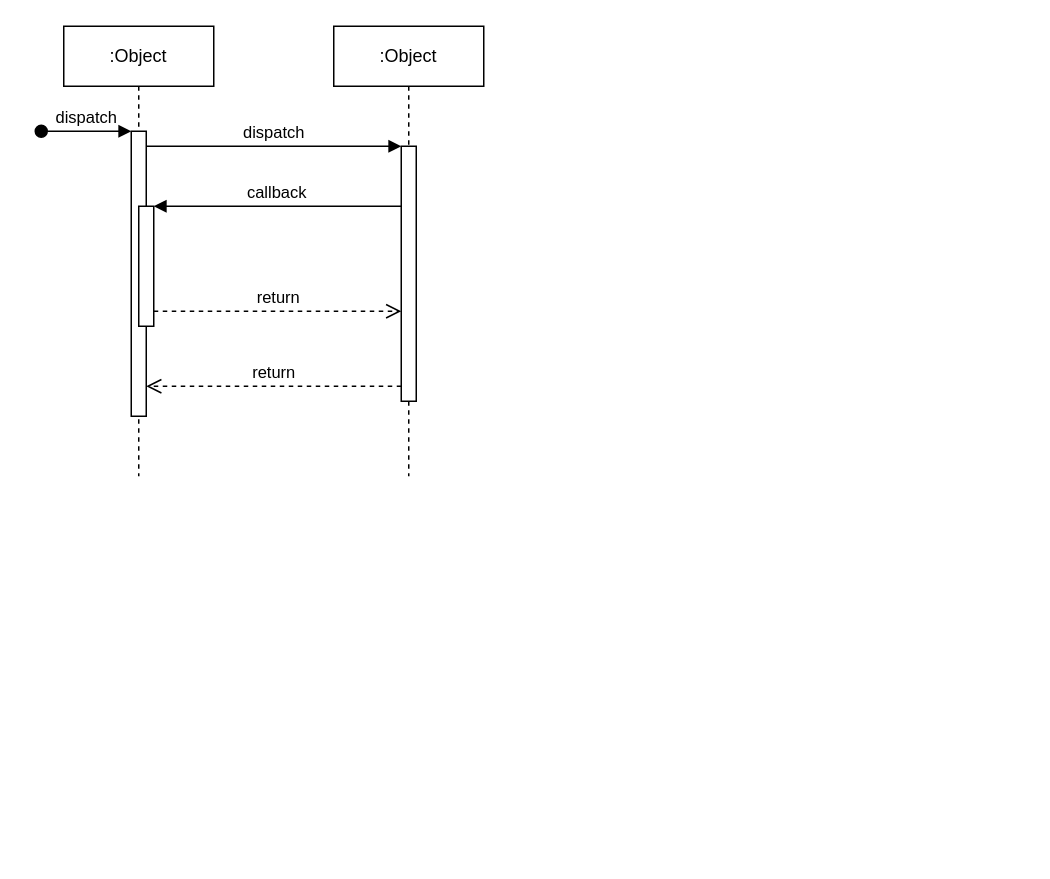
This is Assets/LoginSequence.drawio from uvic-teach/project-m1-team9, a draw.io file, before an edit. Source tidied: cells renumbered, new cells numbered last; positions are measured from the earlier drawing's top-left corner, leaving out a move shared by most shapes. Both pictures are drawn from the tidied source at 150%, with x=0, y=0 at pixel (40, 26).
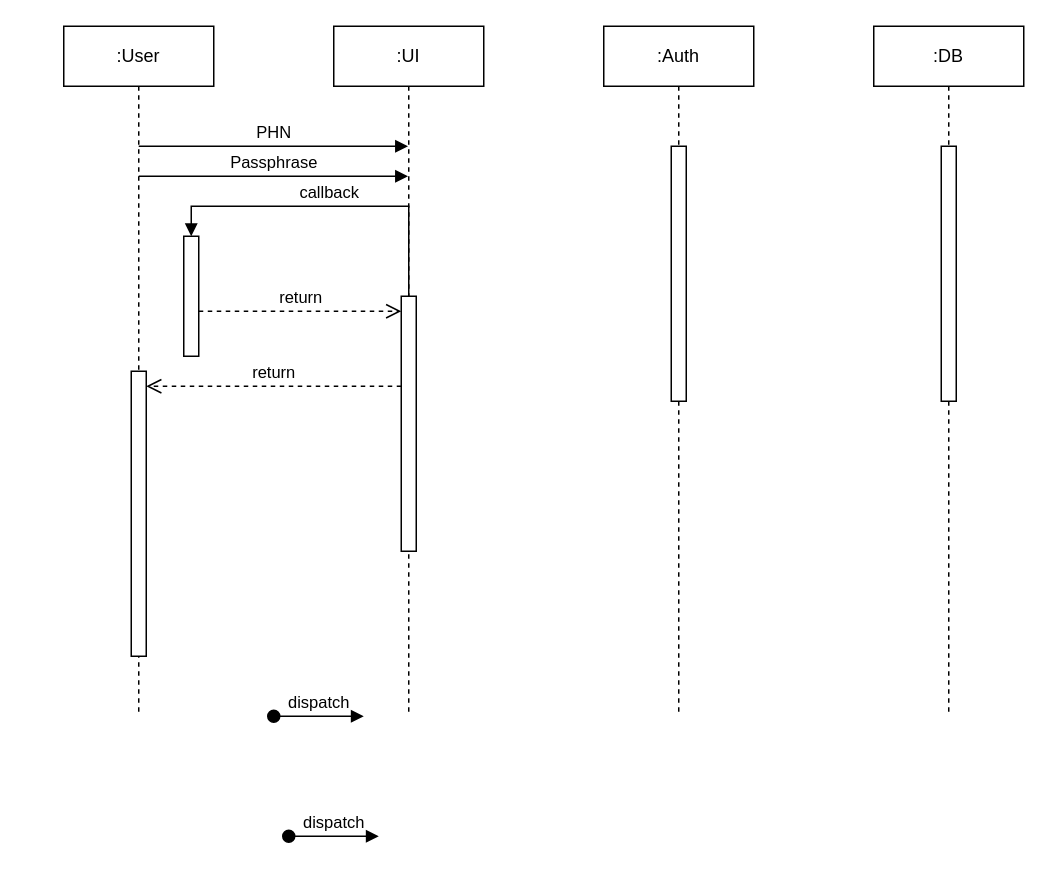
After the change.

The edit, as a diff of the source:
```diff
@@
-    <mxCell id="2" value=":Object" style="shape=umlLifeline;perimeter=lifelinePerimeter;whiteSpace=wrap;html=1;newEdgeStyle={&quot;edgeStyle&quot;:&quot;elbowEdgeStyle&quot;,&quot;elbow&quot;:&quot;vertical&quot;,&quot;curved&quot;:0,&quot;rounded&quot;:0};" parent="1" vertex="1">
-      <mxGeometry x="15" width="100" height="300" as="geometry" />
+    <mxCell id="2" value="&lt;div&gt;:User&lt;/div&gt;" style="shape=umlLifeline;perimeter=lifelinePerimeter;whiteSpace=wrap;html=1;newEdgeStyle={&quot;edgeStyle&quot;:&quot;elbowEdgeStyle&quot;,&quot;elbow&quot;:&quot;vertical&quot;,&quot;curved&quot;:0,&quot;rounded&quot;:0};" parent="1" vertex="1">
+      <mxGeometry x="15" width="100" height="460" as="geometry" />
     </mxCell>
     <mxCell id="3" style="html=1;points=[];perimeter=orthogonalPerimeter;outlineConnect=0;targetShapes=umlLifeline;portConstraint=eastwest;newEdgeStyle={&quot;edgeStyle&quot;:&quot;elbowEdgeStyle&quot;,&quot;elbow&quot;:&quot;vertical&quot;,&quot;curved&quot;:0,&quot;rounded&quot;:0};" parent="2" vertex="1">
-      <mxGeometry x="45" y="70" width="10" height="190" as="geometry" />
+      <mxGeometry x="45" y="230" width="10" height="190" as="geometry" />
     </mxCell>
-    <mxCell id="4" value="dispatch" style="html=1;verticalAlign=bottom;startArrow=oval;endArrow=block;startSize=8;edgeStyle=elbowEdgeStyle;elbow=vertical;curved=0;rounded=0;" parent="2" edge="1" target="3">
-      <mxGeometry relative="1" as="geometry">
-        <mxPoint x="-15" y="70" as="sourcePoint" />
-      </mxGeometry>
-    </mxCell>
     <mxCell id="5" style="html=1;points=[];perimeter=orthogonalPerimeter;outlineConnect=0;targetShapes=umlLifeline;portConstraint=eastwest;newEdgeStyle={&quot;edgeStyle&quot;:&quot;elbowEdgeStyle&quot;,&quot;elbow&quot;:&quot;vertical&quot;,&quot;curved&quot;:0,&quot;rounded&quot;:0};" parent="2" vertex="1">
-      <mxGeometry x="50" y="120" width="10" height="80" as="geometry" />
+      <mxGeometry x="80" y="140" width="10" height="80" as="geometry" />
     </mxCell>
-    <mxCell id="6" value=":Object" style="shape=umlLifeline;perimeter=lifelinePerimeter;whiteSpace=wrap;html=1;outlineConnect=0;portConstraint=eastwest;newEdgeStyle={&quot;edgeStyle&quot;:&quot;elbowEdgeStyle&quot;,&quot;elbow&quot;:&quot;vertical&quot;,&quot;curved&quot;:0,&quot;rounded&quot;:0};" parent="1" vertex="1">
-      <mxGeometry x="195" width="100" height="300" as="geometry" />
+    <mxCell id="6" value=":UI" style="shape=umlLifeline;perimeter=lifelinePerimeter;whiteSpace=wrap;html=1;outlineConnect=0;portConstraint=eastwest;newEdgeStyle={&quot;edgeStyle&quot;:&quot;elbowEdgeStyle&quot;,&quot;elbow&quot;:&quot;vertical&quot;,&quot;curved&quot;:0,&quot;rounded&quot;:0};" parent="1" vertex="1">
+      <mxGeometry x="195" width="100" height="460" as="geometry" />
     </mxCell>
     <mxCell id="7" style="html=1;points=[];perimeter=orthogonalPerimeter;outlineConnect=0;targetShapes=umlLifeline;portConstraint=eastwest;newEdgeStyle={&quot;edgeStyle&quot;:&quot;elbowEdgeStyle&quot;,&quot;elbow&quot;:&quot;vertical&quot;,&quot;curved&quot;:0,&quot;rounded&quot;:0};" parent="6" vertex="1">
-      <mxGeometry x="45" y="80" width="10" height="170" as="geometry" />
+      <mxGeometry x="45" y="180" width="10" height="170" as="geometry" />
     </mxCell>
-    <mxCell id="8" value="dispatch" style="html=1;verticalAlign=bottom;endArrow=block;edgeStyle=elbowEdgeStyle;elbow=vertical;curved=0;rounded=0;" parent="1" edge="1" source="3" target="7">
+    <mxCell id="8" value="&lt;div&gt;PHN&lt;/div&gt;" style="html=1;verticalAlign=bottom;endArrow=block;edgeStyle=elbowEdgeStyle;elbow=vertical;curved=0;rounded=0;" parent="1" edge="1" target="6">
       <mxGeometry relative="1" as="geometry">
+        <mxPoint x="65" y="80" as="sourcePoint" />
         <Array as="points">
           <mxPoint x="155" y="80" />
         </Array>
       </mxGeometry>
     </mxCell>
@@
+    <mxCell id="12" value=":Auth" style="shape=umlLifeline;perimeter=lifelinePerimeter;whiteSpace=wrap;html=1;newEdgeStyle={&quot;edgeStyle&quot;:&quot;elbowEdgeStyle&quot;,&quot;elbow&quot;:&quot;vertical&quot;,&quot;curved&quot;:0,&quot;rounded&quot;:0};" parent="1" vertex="1">
+      <mxGeometry x="375" width="100" height="460" as="geometry" />
+    </mxCell>
+    <mxCell id="13" style="html=1;perimeter=orthogonalPerimeter;targetShapes=umlLifeline;newEdgeStyle={&quot;edgeStyle&quot;:&quot;elbowEdgeStyle&quot;,&quot;elbow&quot;:&quot;vertical&quot;,&quot;curved&quot;:0,&quot;rounded&quot;:0};" parent="12" vertex="1">
+      <mxGeometry x="45" y="80" width="10" height="170" as="geometry" />
+    </mxCell>
+    <mxCell id="14" value=":DB" style="shape=umlLifeline;perimeter=lifelinePerimeter;whiteSpace=wrap;html=1;newEdgeStyle={&quot;edgeStyle&quot;:&quot;elbowEdgeStyle&quot;,&quot;elbow&quot;:&quot;vertical&quot;,&quot;curved&quot;:0,&quot;rounded&quot;:0};" parent="1" vertex="1">
+      <mxGeometry x="555" width="100" height="460" as="geometry" />
+    </mxCell>
+    <mxCell id="15" style="html=1;perimeter=orthogonalPerimeter;targetShapes=umlLifeline;newEdgeStyle={&quot;edgeStyle&quot;:&quot;elbowEdgeStyle&quot;,&quot;elbow&quot;:&quot;vertical&quot;,&quot;curved&quot;:0,&quot;rounded&quot;:0};" parent="14" vertex="1">
+      <mxGeometry x="45" y="80" width="10" height="170" as="geometry" />
+    </mxCell>
+    <mxCell id="4" value="dispatch" style="html=1;verticalAlign=bottom;startArrow=oval;endArrow=block;startSize=8;edgeStyle=elbowEdgeStyle;elbow=horizontal;curved=0;rounded=0;" parent="1" edge="1">
+      <mxGeometry relative="1" as="geometry">
+        <mxPoint x="165" y="540" as="sourcePoint" />
+        <mxPoint x="225" y="540" as="targetPoint" />
+      </mxGeometry>
+    </mxCell>
+    <mxCell id="16" value="dispatch" style="html=1;verticalAlign=bottom;startArrow=oval;endArrow=block;startSize=8;edgeStyle=elbowEdgeStyle;elbow=vertical;curved=0;rounded=0;" parent="1" edge="1">
+      <mxGeometry relative="1" as="geometry">
+        <mxPoint x="155" y="460" as="sourcePoint" />
+        <mxPoint x="215" y="460" as="targetPoint" />
+      </mxGeometry>
+    </mxCell>
+    <mxCell id="17" value="Passphrase" style="html=1;verticalAlign=bottom;endArrow=block;edgeStyle=elbowEdgeStyle;elbow=vertical;curved=0;rounded=0;" parent="1" edge="1" target="6">
+      <mxGeometry relative="1" as="geometry">
+        <mxPoint x="65" y="100" as="sourcePoint" />
+        <Array as="points">
+          <mxPoint x="155" y="100" />
+        </Array>
+      </mxGeometry>
+    </mxCell>
```
